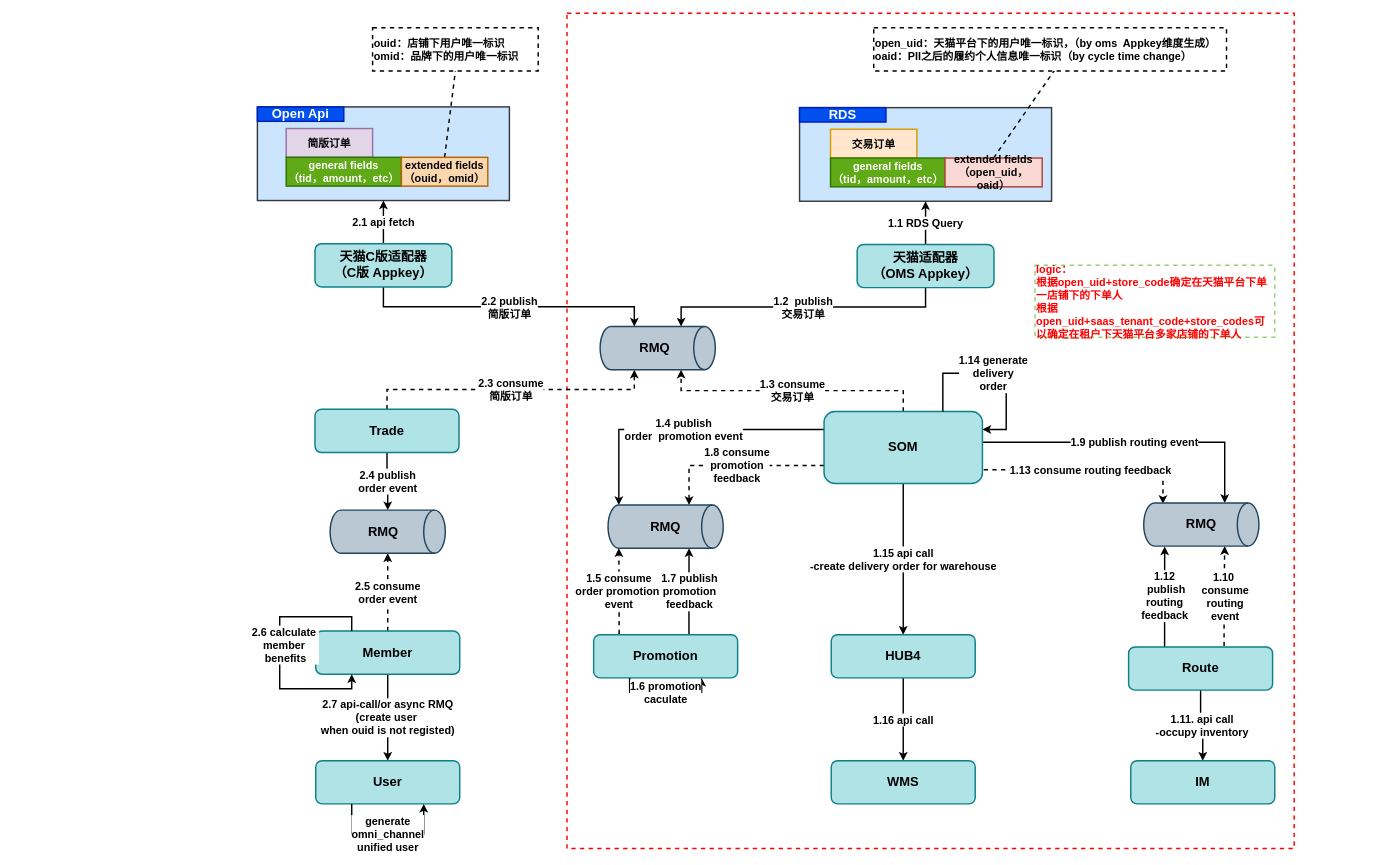
This is projects.drawio from jackie-thank/beego-authz, a draw.io file, before an edit. Source tidied: cells renumbered, new cells numbered last; positions are measured from the earlier drawing's top-left corner, leaving out a move shared by most shapes. Both pictures are drawn from the tidied source at 72%, with x=0, y=0 at pixel (257, 13).
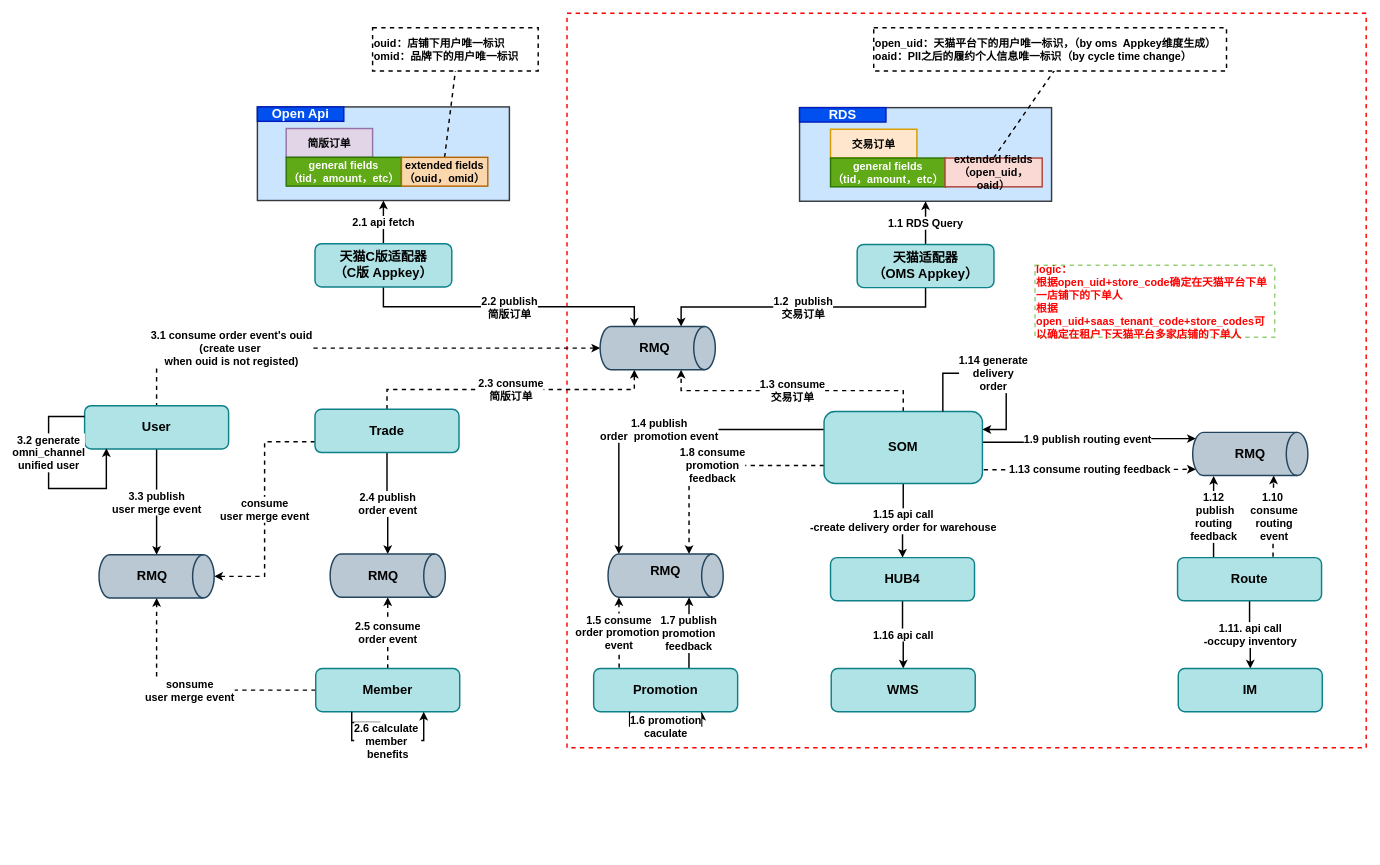
The same page after the edit.

Unchanged cells that the change refers to:
```xml
<mxCell id="23" value="Trade" style="rounded=1;whiteSpace=wrap;html=1;strokeWidth=2;fontSize=18;fontStyle=1;fillColor=#b0e3e6;strokeColor=#0e8088;" parent="1" vertex="1">
  <mxGeometry x="80" y="550" width="200" height="60" as="geometry" />
</mxCell>
<mxCell id="30" value="SOM" style="rounded=1;whiteSpace=wrap;html=1;strokeWidth=2;fontSize=18;fontStyle=1;fillColor=#b0e3e6;strokeColor=#0e8088;" parent="1" vertex="1">
  <mxGeometry x="787" y="553" width="220" height="100" as="geometry" />
</mxCell>
<mxCell id="31" style="shape=cylinder3;whiteSpace=wrap;html=1;boundedLbl=1;backgroundOutline=1;size=15;rotation=90;strokeWidth=2;fillColor=#bac8d3;strokeColor=#23445d;" parent="1" vertex="1">
  <mxGeometry x="526" y="385" width="60" height="160" as="geometry" />
</mxCell>
```

Diff of the diagram source:
```diff
@@
     <mxCell id="2" style="rounded=0;whiteSpace=wrap;html=1;strokeWidth=2;dashed=1;strokeColor=#FF0000;" parent="1" vertex="1">
-      <mxGeometry x="430" width="1010" height="1160" as="geometry" />
+      <mxGeometry x="430" width="1110" height="1020" as="geometry" />
     </mxCell>
@@
+    <mxCell id="63" value="&lt;div&gt;consume&lt;/div&gt;&lt;div&gt;user merge event&lt;br&gt;&lt;/div&gt;" style="edgeStyle=orthogonalEdgeStyle;rounded=0;jettySize=auto;html=1;exitX=0;exitY=0.75;exitDx=0;exitDy=0;entryX=0.5;entryY=0;entryDx=0;entryDy=0;entryPerimeter=0;fontSize=15;fontStyle=1;strokeWidth=2;dashed=1;" parent="1" edge="1" source="23" target="66">
+      <mxGeometry relative="1" as="geometry" />
+    </mxCell>
@@
-    <mxCell id="26" value="&lt;div&gt;1.9 publish routing event&lt;br&gt;&lt;/div&gt;" style="rounded=0;jettySize=auto;html=1;exitX=0.998;exitY=0.427;exitDx=0;exitDy=0;entryX=0;entryY=0;entryDx=0;entryDy=47.5;entryPerimeter=0;fontSize=15;strokeWidth=2;fontStyle=1;exitPerimeter=0;edgeStyle=orthogonalEdgeStyle;" parent="1" edge="1" source="30" target="53">
+    <mxCell id="26" value="&lt;div&gt;1.9 publish routing event&lt;br&gt;&lt;/div&gt;" style="rounded=0;jettySize=auto;html=1;exitX=0.998;exitY=0.427;exitDx=0;exitDy=0;entryX=0.145;entryY=1;entryDx=0;entryDy=-4.35;entryPerimeter=0;fontSize=15;strokeWidth=2;fontStyle=1;exitPerimeter=0;edgeStyle=orthogonalEdgeStyle;" parent="1" edge="1" source="30" target="53">
       <mxGeometry relative="1" as="geometry" />
     </mxCell>
@@
-    <mxCell id="29" value="&lt;div style=&quot;font-size: 15px;&quot;&gt;1.13 consume routing feedback&lt;br style=&quot;font-size: 15px;&quot;&gt;&lt;/div&gt;" style="rounded=0;jettySize=auto;html=1;entryX=0.022;entryY=0.833;entryDx=0;entryDy=0;entryPerimeter=0;dashed=1;strokeWidth=2;fontSize=15;fontStyle=1;edgeStyle=orthogonalEdgeStyle;exitX=1.008;exitY=0.81;exitDx=0;exitDy=0;exitPerimeter=0;" parent="1" edge="1" source="30" target="53">
+    <mxCell id="29" value="&lt;div style=&quot;font-size: 15px;&quot;&gt;1.13 consume routing feedback&lt;br style=&quot;font-size: 15px;&quot;&gt;&lt;/div&gt;" style="rounded=0;jettySize=auto;html=1;entryX=0.855;entryY=1;entryDx=0;entryDy=-4.35;entryPerimeter=0;dashed=1;strokeWidth=2;fontSize=15;fontStyle=1;edgeStyle=orthogonalEdgeStyle;exitX=1.008;exitY=0.81;exitDx=0;exitDy=0;exitPerimeter=0;" parent="1" edge="1" source="30" target="53">
       <mxGeometry relative="1" as="geometry" />
     </mxCell>
@@
-    <mxCell id="34" value="&lt;div style=&quot;font-size: 15px;&quot;&gt;2.7 api-call/or async RMQ&lt;br&gt;&lt;/div&gt;&lt;div style=&quot;font-size: 15px;&quot;&gt;(create user&amp;nbsp;&lt;/div&gt;&lt;div style=&quot;font-size: 15px;&quot;&gt;when ouid is not registed)&lt;/div&gt;" style="edgeStyle=orthogonalEdgeStyle;rounded=0;jettySize=auto;html=1;exitX=0.5;exitY=1;exitDx=0;exitDy=0;strokeWidth=2;fontSize=15;fontStyle=1;" parent="1" edge="1" source="35" target="40">
-      <mxGeometry relative="1" as="geometry" />
+    <mxCell id="34" value="&lt;div style=&quot;font-size: 15px;&quot;&gt;3.1 consume order event's ouid&lt;br&gt;&lt;/div&gt;&lt;div style=&quot;font-size: 15px;&quot;&gt;(create user&amp;nbsp;&lt;/div&gt;&lt;div style=&quot;font-size: 15px;&quot;&gt;when ouid is not registed)&lt;/div&gt;" style="edgeStyle=orthogonalEdgeStyle;rounded=0;jettySize=auto;html=1;strokeWidth=2;fontSize=15;fontStyle=1;entryX=0.5;entryY=0;entryDx=0;entryDy=0;exitX=0.5;exitY=1;exitDx=0;exitDy=0;exitPerimeter=0;startArrow=classic;startFill=1;endArrow=none;endFill=0;dashed=1;" parent="1" edge="1" source="31" target="40">
+      <mxGeometry x="0.47" relative="1" as="geometry" />
     </mxCell>
+    <mxCell id="64" value="&lt;div&gt;sonsume&lt;/div&gt;&lt;div&gt;user merge event&lt;br&gt;&lt;/div&gt;" style="edgeStyle=orthogonalEdgeStyle;rounded=0;jettySize=auto;html=1;exitX=0;exitY=0.5;exitDx=0;exitDy=0;entryX=1;entryY=0.5;entryDx=0;entryDy=0;entryPerimeter=0;fontSize=15;fontStyle=1;strokeWidth=2;dashed=1;" parent="1" edge="1" source="35" target="66">
+      <mxGeometry relative="1" as="geometry" />
+    </mxCell>
     <mxCell id="35" value="Member" style="rounded=1;whiteSpace=wrap;html=1;strokeWidth=2;fontSize=18;fontStyle=1;fillColor=#b0e3e6;strokeColor=#0e8088;" parent="1" vertex="1">
-      <mxGeometry x="81" y="858" width="200" height="60" as="geometry" />
+      <mxGeometry x="81" y="910" width="200" height="60" as="geometry" />
     </mxCell>
     <mxCell id="36" style="shape=cylinder3;whiteSpace=wrap;html=1;boundedLbl=1;backgroundOutline=1;size=15;rotation=90;strokeWidth=2;fillColor=#bac8d3;strokeColor=#23445d;" parent="1" vertex="1">
-      <mxGeometry x="151" y="640" width="60" height="160" as="geometry" />
+      <mxGeometry x="151" y="701" width="60" height="160" as="geometry" />
     </mxCell>
     <mxCell id="37" value="RMQ" style="text;html=1;strokeColor=none;fillColor=none;align=center;verticalAlign=middle;whiteSpace=wrap;rounded=0;fontStyle=1;fontSize=18;" parent="1" vertex="1">
-      <mxGeometry x="145" y="705" width="60" height="30" as="geometry" />
+      <mxGeometry x="145" y="766" width="60" height="30" as="geometry" />
     </mxCell>
-    <mxCell id="38" style="edgeStyle=orthogonalEdgeStyle;rounded=0;orthogonalLoop=1;jettySize=auto;html=1;exitX=0.25;exitY=0;exitDx=0;exitDy=0;entryX=0.25;entryY=1;entryDx=0;entryDy=0;fontSize=15;fontStyle=1;strokeWidth=2;" parent="1" edge="1" source="35" target="35">
+    <mxCell id="38" style="edgeStyle=orthogonalEdgeStyle;rounded=0;jettySize=auto;html=1;entryX=0.75;entryY=1;entryDx=0;entryDy=0;fontSize=15;fontStyle=1;strokeWidth=2;" parent="1" edge="1" target="35">
       <mxGeometry relative="1" as="geometry">
+        <mxPoint x="131" y="970" as="sourcePoint" />
         <Array as="points">
-          <mxPoint x="131" y="838" />
-          <mxPoint x="31" y="838" />
-          <mxPoint x="31" y="938" />
-          <mxPoint x="131" y="938" />
+          <mxPoint x="131" y="1010" />
+          <mxPoint x="170" y="1010" />
+          <mxPoint x="170" y="985" />
+          <mxPoint x="131" y="985" />
+          <mxPoint x="131" y="1010" />
+          <mxPoint x="231" y="1010" />
         </Array>
       </mxGeometry>
     </mxCell>
     <mxCell id="39" value="&lt;div&gt;2.6 calculate&amp;nbsp;&lt;/div&gt;&lt;div&gt;member&amp;nbsp;&lt;/div&gt;&lt;div&gt;benefits&lt;/div&gt;" style="edgeLabel;html=1;align=center;verticalAlign=middle;fontSize=15;fontStyle=1;" parent="38" vertex="1">
       <mxGeometry x="-0.14" y="2" relative="1" as="geometry">
-        <mxPoint x="5" y="12" as="offset" />
+        <mxPoint x="38" y="23" as="offset" />
       </mxGeometry>
     </mxCell>
+    <mxCell id="65" value="&lt;div style=&quot;font-size: 15px;&quot;&gt;3.3 publish&lt;/div&gt;&lt;div style=&quot;font-size: 15px;&quot;&gt;user merge event&lt;/div&gt;" style="edgeStyle=orthogonalEdgeStyle;rounded=0;jettySize=auto;html=1;exitX=0.5;exitY=1;exitDx=0;exitDy=0;strokeWidth=2;fontSize=15;fontStyle=1;" parent="1" edge="1" source="40" target="66">
+      <mxGeometry relative="1" as="geometry" />
+    </mxCell>
     <mxCell id="40" value="User" style="rounded=1;whiteSpace=wrap;html=1;strokeWidth=2;fontSize=18;fontStyle=1;fillColor=#b0e3e6;strokeColor=#0e8088;" parent="1" vertex="1">
-      <mxGeometry x="81" y="1038" width="200" height="60" as="geometry" />
+      <mxGeometry x="-240" y="545" width="200" height="60" as="geometry" />
     </mxCell>
@@
     <mxCell id="45" value="Promotion" style="rounded=1;whiteSpace=wrap;html=1;strokeWidth=2;fontSize=18;fontStyle=1;fillColor=#b0e3e6;strokeColor=#0e8088;" parent="1" vertex="1">
-      <mxGeometry x="467" y="863" width="200" height="60" as="geometry" />
+      <mxGeometry x="467" y="910" width="200" height="60" as="geometry" />
     </mxCell>
     <mxCell id="46" style="shape=cylinder3;whiteSpace=wrap;html=1;boundedLbl=1;backgroundOutline=1;size=15;rotation=90;strokeWidth=2;fillColor=#bac8d3;strokeColor=#23445d;" parent="1" vertex="1">
-      <mxGeometry x="537" y="633" width="60" height="160" as="geometry" />
+      <mxGeometry x="537" y="701" width="60" height="160" as="geometry" />
     </mxCell>
     <mxCell id="47" value="RMQ" style="text;html=1;strokeColor=none;fillColor=none;align=center;verticalAlign=middle;whiteSpace=wrap;rounded=0;fontStyle=1;fontSize=18;" parent="1" vertex="1">
-      <mxGeometry x="537" y="698" width="60" height="30" as="geometry" />
+      <mxGeometry x="537" y="759" width="60" height="30" as="geometry" />
     </mxCell>
@@
     <mxCell id="51" value="Route" style="rounded=1;whiteSpace=wrap;html=1;strokeWidth=2;fontSize=18;fontStyle=1;fillColor=#b0e3e6;strokeColor=#0e8088;" parent="1" vertex="1">
-      <mxGeometry x="1210" y="880" width="200" height="60" as="geometry" />
+      <mxGeometry x="1278" y="756" width="200" height="60" as="geometry" />
     </mxCell>
@@
     <mxCell id="53" style="shape=cylinder3;whiteSpace=wrap;html=1;boundedLbl=1;backgroundOutline=1;size=15;rotation=90;strokeWidth=2;fillColor=#bac8d3;strokeColor=#23445d;" parent="1" vertex="1">
-      <mxGeometry x="1281" y="630" width="60" height="160" as="geometry" />
+      <mxGeometry x="1349" y="532" width="60" height="160" as="geometry" />
     </mxCell>
     <mxCell id="54" value="RMQ" style="text;html=1;strokeColor=none;fillColor=none;align=center;verticalAlign=middle;whiteSpace=wrap;rounded=0;fontStyle=1;fontSize=18;" parent="1" vertex="1">
-      <mxGeometry x="1281" y="695" width="60" height="30" as="geometry" />
+      <mxGeometry x="1349" y="597" width="60" height="30" as="geometry" />
     </mxCell>
     <mxCell id="55" value="IM" style="rounded=1;whiteSpace=wrap;html=1;strokeWidth=2;fontSize=18;fontStyle=1;fillColor=#b0e3e6;strokeColor=#0e8088;" parent="1" vertex="1">
-      <mxGeometry x="1213" y="1038" width="200" height="60" as="geometry" />
+      <mxGeometry x="1279" y="910" width="200" height="60" as="geometry" />
     </mxCell>
@@
     <mxCell id="57" value="HUB4" style="rounded=1;whiteSpace=wrap;html=1;strokeWidth=2;fontSize=18;fontStyle=1;fillColor=#b0e3e6;strokeColor=#0e8088;" parent="1" vertex="1">
-      <mxGeometry x="797" y="863" width="200" height="60" as="geometry" />
+      <mxGeometry x="796" y="756" width="200" height="60" as="geometry" />
     </mxCell>
@@
     <mxCell id="60" value="WMS" style="rounded=1;whiteSpace=wrap;html=1;strokeWidth=2;fontSize=18;fontStyle=1;fillColor=#b0e3e6;strokeColor=#0e8088;" parent="1" vertex="1">
-      <mxGeometry x="797" y="1038" width="200" height="60" as="geometry" />
+      <mxGeometry x="797" y="910" width="200" height="60" as="geometry" />
     </mxCell>
@@
-    <mxCell id="62" value="&lt;div&gt;generate&lt;/div&gt;&lt;div&gt;omni_channel&lt;/div&gt;&lt;div&gt;unified user &lt;br&gt;&lt;/div&gt;" style="edgeStyle=orthogonalEdgeStyle;rounded=0;orthogonalLoop=1;jettySize=auto;html=1;exitX=0.25;exitY=1;exitDx=0;exitDy=0;entryX=0.75;entryY=1;entryDx=0;entryDy=0;fontSize=15;fontStyle=1;strokeWidth=2;" parent="1" edge="1" source="40" target="40">
-      <mxGeometry relative="1" as="geometry">
+    <mxCell id="62" value="&lt;div&gt;3.2 generate&lt;/div&gt;&lt;div&gt;omni_channel&lt;/div&gt;&lt;div&gt;unified user &lt;br&gt;&lt;/div&gt;" style="rounded=0;orthogonalLoop=1;jettySize=auto;html=1;exitX=0;exitY=0.25;exitDx=0;exitDy=0;entryX=0.151;entryY=0.984;entryDx=0;entryDy=0;fontSize=15;fontStyle=1;strokeWidth=2;edgeStyle=orthogonalEdgeStyle;entryPerimeter=0;" parent="1" edge="1" source="40" target="40">
+      <mxGeometry x="-0.3" relative="1" as="geometry">
         <Array as="points">
-          <mxPoint x="131" y="1140" />
-          <mxPoint x="231" y="1140" />
+          <mxPoint x="-290" y="560" />
+          <mxPoint x="-290" y="660" />
+          <mxPoint x="-210" y="660" />
         </Array>
       </mxGeometry>
     </mxCell>
+    <mxCell id="66" style="shape=cylinder3;whiteSpace=wrap;html=1;boundedLbl=1;backgroundOutline=1;size=15;rotation=90;strokeWidth=2;fillColor=#bac8d3;strokeColor=#23445d;" parent="1" vertex="1">
+      <mxGeometry x="-170" y="702" width="60" height="160" as="geometry" />
+    </mxCell>
+    <mxCell id="67" value="RMQ" style="text;html=1;strokeColor=none;fillColor=none;align=center;verticalAlign=middle;whiteSpace=wrap;rounded=0;fontStyle=1;fontSize=18;" parent="1" vertex="1">
+      <mxGeometry x="-176" y="767" width="60" height="30" as="geometry" />
+    </mxCell>
```
